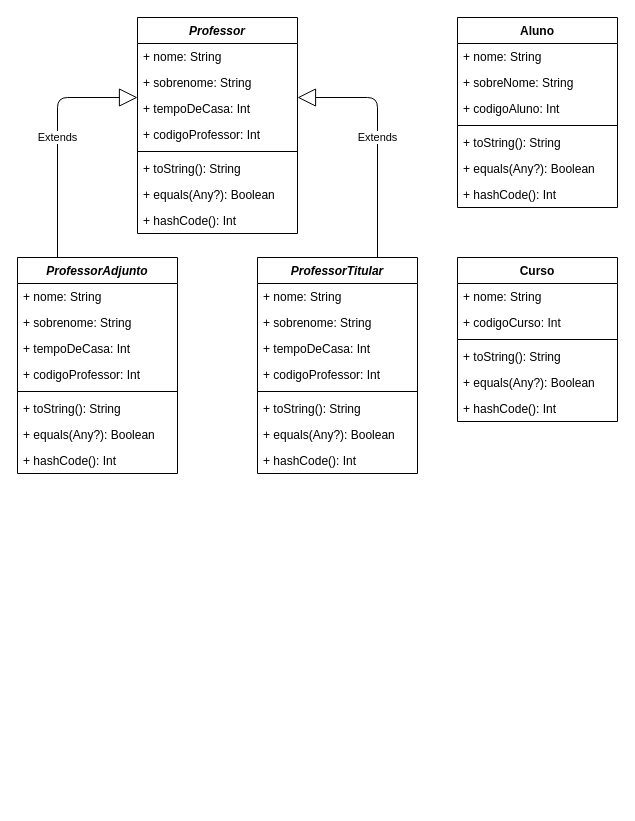
Above: DesafioKotlinUML.drawio in mtrindade8/DesafioKotlin_DigitalHouseMobile (draw.io), before the change. Source tidied: cells renumbered, new cells numbered last; positions are measured from the earlier drawing's top-left corner, leaving out a move shared by most shapes. Both pictures are drawn from the tidied source at 100%, with x=0, y=0 at pixel (17, 17).
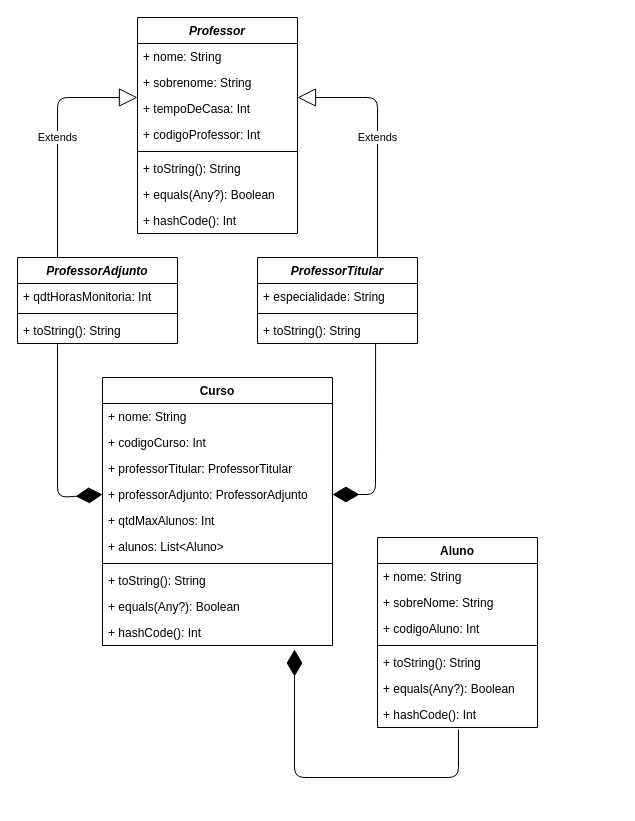
Above is the later version.

Commit message (it also covers changes not shown here):
Inclusão da parte E

The change refers to these unchanged cells:
```xml
<mxCell id="45" value="+ hashCode(): Int" style="text;strokeColor=none;fillColor=none;align=left;verticalAlign=top;spacingLeft=4;spacingRight=4;overflow=hidden;points=[[0,0.5],[1,0.5]];portConstraint=eastwest;" parent="38" vertex="1">
  <mxGeometry y="164" width="160" height="26" as="geometry" />
</mxCell>
```

Diff of the diagram source:
```diff
@@
     <mxCell id="2" value="ProfessorAdjunto" style="swimlane;fontStyle=3;align=center;verticalAlign=top;horizontal=1;startSize=26;" parent="1" vertex="1">
-      <mxGeometry y="240" width="160" height="216" as="geometry" />
+      <mxGeometry y="240" width="160" height="86" as="geometry" />
     </mxCell>
-    <mxCell id="3" value="+ nome: String" style="text;strokeColor=none;fillColor=none;align=left;verticalAlign=top;spacingLeft=4;spacingRight=4;overflow=hidden;" parent="2" vertex="1">
-      <mxGeometry y="26" width="160" height="26" as="geometry" />
-    </mxCell>
-    <mxCell id="4" value="+ sobrenome: String" style="text;strokeColor=none;fillColor=none;align=left;verticalAlign=top;spacingLeft=4;spacingRight=4;overflow=hidden;" parent="2" vertex="1">
-      <mxGeometry y="52" width="160" height="26" as="geometry" />
-    </mxCell>
-    <mxCell id="5" value="+ tempoDeCasa: Int" style="text;strokeColor=none;fillColor=none;align=left;verticalAlign=top;spacingLeft=4;spacingRight=4;overflow=hidden;" parent="2" vertex="1">
-      <mxGeometry y="78" width="160" height="26" as="geometry" />
-    </mxCell>
-    <mxCell id="6" value="+ codigoProfessor: Int" style="text;strokeColor=none;fillColor=none;align=left;verticalAlign=top;spacingLeft=4;spacingRight=4;overflow=hidden;" parent="2" vertex="1">
-      <mxGeometry y="104" width="160" height="26" as="geometry" />
+    <mxCell id="6" value="+ qdtHorasMonitoria: Int" style="text;strokeColor=none;fillColor=none;align=left;verticalAlign=top;spacingLeft=4;spacingRight=4;overflow=hidden;" parent="2" vertex="1">
+      <mxGeometry y="26" width="160" height="26" as="geometry" />
     </mxCell>
     <mxCell id="7" style="line;strokeWidth=1;fillColor=none;align=left;verticalAlign=middle;spacingTop=-1;spacingLeft=3;spacingRight=3;labelPosition=right;" parent="2" vertex="1">
-      <mxGeometry y="130" width="160" height="8" as="geometry" />
+      <mxGeometry y="52" width="160" height="8" as="geometry" />
     </mxCell>
     <mxCell id="8" value="+ toString(): String" style="text;strokeColor=none;fillColor=none;align=left;verticalAlign=top;spacingLeft=4;spacingRight=4;overflow=hidden;points=[[0,0.5],[1,0.5]];portConstraint=eastwest;" parent="2" vertex="1">
-      <mxGeometry y="138" width="160" height="26" as="geometry" />
+      <mxGeometry y="60" width="160" height="26" as="geometry" />
     </mxCell>
-    <mxCell id="9" value="+ equals(Any?): Boolean" style="text;strokeColor=none;fillColor=none;align=left;verticalAlign=top;spacingLeft=4;spacingRight=4;overflow=hidden;" parent="2" vertex="1">
-      <mxGeometry y="164" width="160" height="26" as="geometry" />
-    </mxCell>
-    <mxCell id="10" value="+ hashCode(): Int" style="text;strokeColor=none;fillColor=none;align=left;verticalAlign=top;spacingLeft=4;spacingRight=4;overflow=hidden;" parent="2" vertex="1">
-      <mxGeometry y="190" width="160" height="26" as="geometry" />
-    </mxCell>
     <mxCell id="11" value="ProfessorTitular" style="swimlane;fontStyle=3;align=center;verticalAlign=top;horizontal=1;startSize=26;" parent="1" vertex="1">
-      <mxGeometry x="240" y="240" width="160" height="216" as="geometry" />
+      <mxGeometry x="240" y="240" width="160" height="86" as="geometry" />
     </mxCell>
-    <mxCell id="12" value="+ nome: String" style="text;strokeColor=none;fillColor=none;align=left;verticalAlign=top;spacingLeft=4;spacingRight=4;overflow=hidden;" parent="11" vertex="1">
-      <mxGeometry y="26" width="160" height="26" as="geometry" />
-    </mxCell>
-    <mxCell id="13" value="+ sobrenome: String" style="text;strokeColor=none;fillColor=none;align=left;verticalAlign=top;spacingLeft=4;spacingRight=4;overflow=hidden;" parent="11" vertex="1">
-      <mxGeometry y="52" width="160" height="26" as="geometry" />
-    </mxCell>
-    <mxCell id="14" value="+ tempoDeCasa: Int" style="text;strokeColor=none;fillColor=none;align=left;verticalAlign=top;spacingLeft=4;spacingRight=4;overflow=hidden;" parent="11" vertex="1">
-      <mxGeometry y="78" width="160" height="26" as="geometry" />
-    </mxCell>
-    <mxCell id="15" value="+ codigoProfessor: Int" style="text;strokeColor=none;fillColor=none;align=left;verticalAlign=top;spacingLeft=4;spacingRight=4;overflow=hidden;" parent="11" vertex="1">
-      <mxGeometry y="104" width="160" height="26" as="geometry" />
-    </mxCell>
+    <mxCell id="46" value="+ especialidade: String" style="text;strokeColor=none;fillColor=none;align=left;verticalAlign=top;spacingLeft=4;spacingRight=4;overflow=hidden;" parent="11" vertex="1">
+      <mxGeometry y="26" width="160" height="26" as="geometry" />
+    </mxCell>
     <mxCell id="16" style="line;strokeWidth=1;fillColor=none;align=left;verticalAlign=middle;spacingTop=-1;spacingLeft=3;spacingRight=3;labelPosition=right;" parent="11" vertex="1">
-      <mxGeometry y="130" width="160" height="8" as="geometry" />
+      <mxGeometry y="52" width="160" height="8" as="geometry" />
     </mxCell>
     <mxCell id="17" value="+ toString(): String" style="text;strokeColor=none;fillColor=none;align=left;verticalAlign=top;spacingLeft=4;spacingRight=4;overflow=hidden;points=[[0,0.5],[1,0.5]];portConstraint=eastwest;" parent="11" vertex="1">
-      <mxGeometry y="138" width="160" height="26" as="geometry" />
+      <mxGeometry y="60" width="160" height="26" as="geometry" />
     </mxCell>
-    <mxCell id="18" value="+ equals(Any?): Boolean" style="text;strokeColor=none;fillColor=none;align=left;verticalAlign=top;spacingLeft=4;spacingRight=4;overflow=hidden;" parent="11" vertex="1">
-      <mxGeometry y="164" width="160" height="26" as="geometry" />
-    </mxCell>
-    <mxCell id="19" value="+ hashCode(): Int" style="text;strokeColor=none;fillColor=none;align=left;verticalAlign=top;spacingLeft=4;spacingRight=4;overflow=hidden;" parent="11" vertex="1">
-      <mxGeometry y="190" width="160" height="26" as="geometry" />
-    </mxCell>
@@
+    <mxCell id="47" style="endArrow=diamondThin;endFill=1;endSize=24;html=1;entryX=1;entryY=0.5;entryDx=0;entryDy=0;exitX=0.738;exitY=1;exitDx=0;exitDy=0;exitPerimeter=0;" parent="1" edge="1" source="17" target="51">
+      <mxGeometry relative="1" as="geometry">
+        <Array as="points">
+          <mxPoint x="358" y="477" />
+        </Array>
+      </mxGeometry>
+    </mxCell>
+    <mxCell id="48" style="endArrow=diamondThin;endFill=1;endSize=24;html=1;entryX=0;entryY=0.5;entryDx=0;entryDy=0;exitX=0.25;exitY=1.038;exitDx=0;exitDy=0;exitPerimeter=0;" parent="1" edge="1" source="8" target="51">
+      <mxGeometry relative="1" as="geometry">
+        <Array as="points">
+          <mxPoint x="40" y="480" />
+        </Array>
+      </mxGeometry>
+    </mxCell>
+    <mxCell id="49" style="endArrow=diamondThin;endFill=1;endSize=24;html=1;entryX=0.835;entryY=1.154;entryDx=0;entryDy=0;entryPerimeter=0;exitX=0.506;exitY=1.077;exitDx=0;exitDy=0;exitPerimeter=0;" parent="1" edge="1" source="45" target="37">
+      <mxGeometry relative="1" as="geometry">
+        <Array as="points">
+          <mxPoint x="441" y="760" />
+          <mxPoint x="277" y="760" />
+        </Array>
+      </mxGeometry>
+    </mxCell>
     <mxCell id="31" value="Curso" style="swimlane;fontStyle=1;align=center;verticalAlign=top;horizontal=1;startSize=26;" parent="1" vertex="1">
-      <mxGeometry x="440" y="240" width="160" height="164" as="geometry" />
+      <mxGeometry x="85" y="360" width="230" height="268" as="geometry" />
     </mxCell>
     <mxCell id="32" value="+ nome: String" style="text;strokeColor=none;fillColor=none;align=left;verticalAlign=top;spacingLeft=4;spacingRight=4;overflow=hidden;" parent="31" vertex="1">
-      <mxGeometry y="26" width="160" height="26" as="geometry" />
+      <mxGeometry y="26" width="230" height="26" as="geometry" />
     </mxCell>
     <mxCell id="33" value="+ codigoCurso: Int" style="text;strokeColor=none;fillColor=none;align=left;verticalAlign=top;spacingLeft=4;spacingRight=4;overflow=hidden;" parent="31" vertex="1">
-      <mxGeometry y="52" width="160" height="26" as="geometry" />
+      <mxGeometry y="52" width="230" height="26" as="geometry" />
     </mxCell>
+    <mxCell id="50" value="+ professorTitular: ProfessorTitular" style="text;strokeColor=none;fillColor=none;align=left;verticalAlign=top;spacingLeft=4;spacingRight=4;overflow=hidden;" parent="31" vertex="1">
+      <mxGeometry y="78" width="230" height="26" as="geometry" />
+    </mxCell>
+    <mxCell id="51" value="+ professorAdjunto: ProfessorAdjunto" style="text;strokeColor=none;fillColor=none;align=left;verticalAlign=top;spacingLeft=4;spacingRight=4;overflow=hidden;points=[[0,0.5],[1,0.5]];portConstraint=eastwest;" parent="31" vertex="1">
+      <mxGeometry y="104" width="230" height="26" as="geometry" />
+    </mxCell>
+    <mxCell id="52" value="+ qtdMaxAlunos: Int" style="text;strokeColor=none;fillColor=none;align=left;verticalAlign=top;spacingLeft=4;spacingRight=4;overflow=hidden;" parent="31" vertex="1">
+      <mxGeometry y="130" width="230" height="26" as="geometry" />
+    </mxCell>
+    <mxCell id="53" value="+ alunos: List&lt;Aluno&gt;" style="text;strokeColor=none;fillColor=none;align=left;verticalAlign=top;spacingLeft=4;spacingRight=4;overflow=hidden;" parent="31" vertex="1">
+      <mxGeometry y="156" width="230" height="26" as="geometry" />
+    </mxCell>
     <mxCell id="34" style="line;strokeWidth=1;fillColor=none;align=left;verticalAlign=middle;spacingTop=-1;spacingLeft=3;spacingRight=3;labelPosition=right;" parent="31" vertex="1">
-      <mxGeometry y="78" width="160" height="8" as="geometry" />
+      <mxGeometry y="182" width="230" height="8" as="geometry" />
     </mxCell>
     <mxCell id="35" value="+ toString(): String" style="text;strokeColor=none;fillColor=none;align=left;verticalAlign=top;spacingLeft=4;spacingRight=4;overflow=hidden;" parent="31" vertex="1">
-      <mxGeometry y="86" width="160" height="26" as="geometry" />
+      <mxGeometry y="190" width="230" height="26" as="geometry" />
     </mxCell>
     <mxCell id="36" value="+ equals(Any?): Boolean" style="text;strokeColor=none;fillColor=none;align=left;verticalAlign=top;spacingLeft=4;spacingRight=4;overflow=hidden;" parent="31" vertex="1">
-      <mxGeometry y="112" width="160" height="26" as="geometry" />
+      <mxGeometry y="216" width="230" height="26" as="geometry" />
     </mxCell>
     <mxCell id="37" value="+ hashCode(): Int" style="text;strokeColor=none;fillColor=none;align=left;verticalAlign=top;spacingLeft=4;spacingRight=4;overflow=hidden;points=[[0,0.5],[1,0.5]];portConstraint=eastwest;" parent="31" vertex="1">
-      <mxGeometry y="138" width="160" height="26" as="geometry" />
+      <mxGeometry y="242" width="230" height="26" as="geometry" />
     </mxCell>
     <mxCell id="38" value="Aluno" style="swimlane;fontStyle=1;align=center;verticalAlign=top;horizontal=1;startSize=26;" parent="1" vertex="1">
-      <mxGeometry x="440" width="160" height="190" as="geometry" />
+      <mxGeometry x="360" y="520" width="160" height="190" as="geometry" />
     </mxCell>
```
